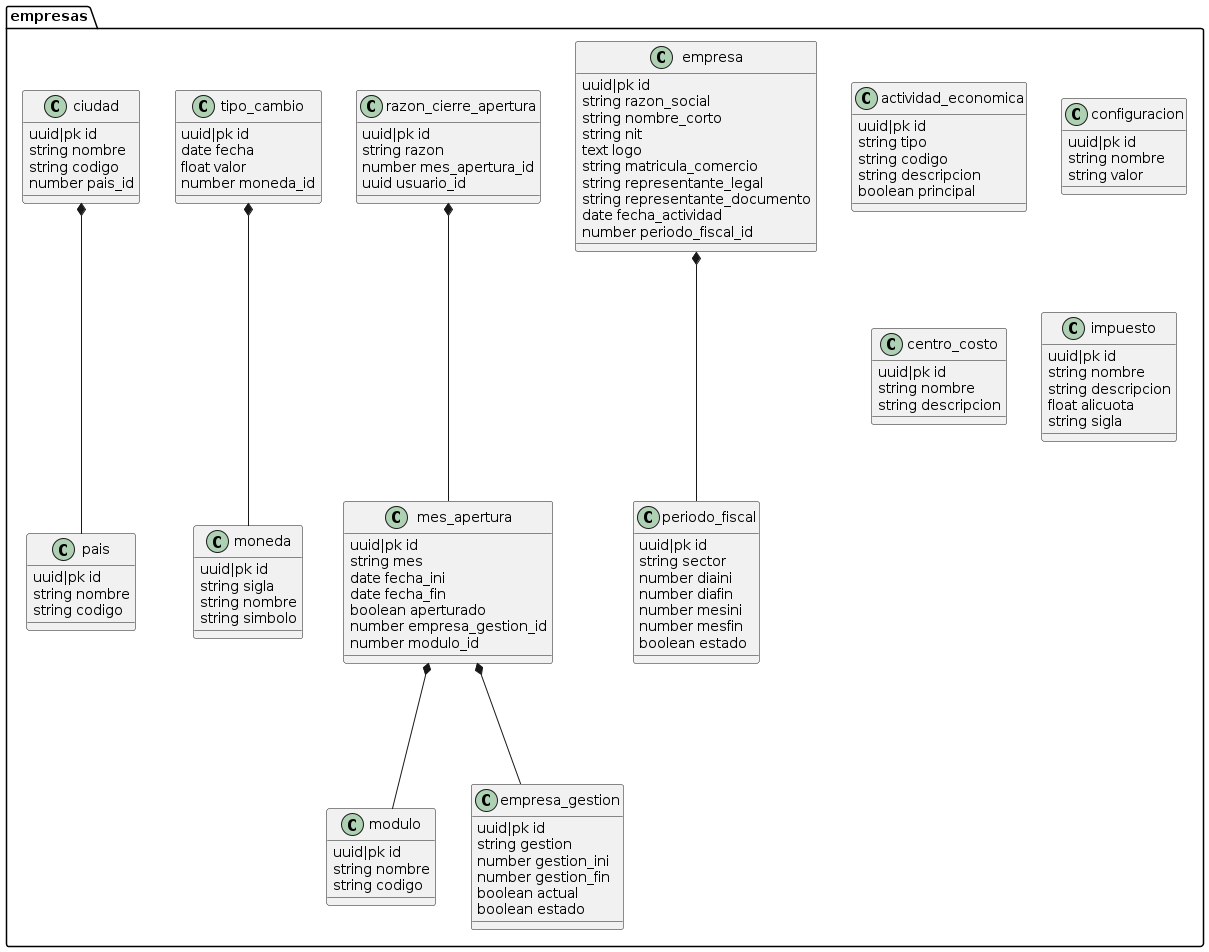
Before: public/diagrams/dbs.png, a diagram exported from PlantUML (jptord/apimaster).
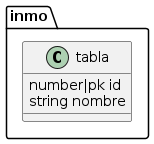
After the change.

The edit, as a diff of the source:
```diff
@@ -1,107 +1,9 @@
 @startuml
-package empresas{
-	class actividad_economica{
-		uuid|pk id
-		string tipo
-		string codigo
-		string descripcion
-		boolean principal
+package inmo{
+	class tabla{
+		number|pk id
+		string nombre
 	}
-	class periodo_fiscal{
-		uuid|pk id
-		string sector
-		number diaini
-		number diafin
-		number mesini
-		number mesfin
-		boolean estado
-	}
-	class empresa{
-		uuid|pk id
-		string razon_social
-		string nombre_corto
-		string nit
-		text logo
-		string matricula_comercio
-		string representante_legal
-		string representante_documento
-		date fecha_actividad
-		number periodo_fiscal_id
-	}
-	class modulo{
-		uuid|pk id
-		string nombre
-		string codigo
-	}
-	class empresa_gestion{
-		uuid|pk id
-		string gestion
-		number gestion_ini
-		number gestion_fin
-		boolean actual
-		boolean estado
-	}
-	class mes_apertura{
-		uuid|pk id
-		string mes
-		date fecha_ini
-		date fecha_fin
-		boolean aperturado
-		number empresa_gestion_id
-		number modulo_id
-	}
-	class razon_cierre_apertura{
-		uuid|pk id
-		string razon
-		number mes_apertura_id
-		uuid usuario_id
-	}
-	class configuracion{
-		uuid|pk id
-		string nombre
-		string valor
-	}
-	class centro_costo{
-		uuid|pk id
-		string nombre
-		string descripcion
-	}
-	class impuesto{
-		uuid|pk id
-		string nombre
-		string descripcion
-		float alicuota
-		string sigla
-	}
-	class moneda{
-		uuid|pk id
-		string sigla
-		string nombre
-		string simbolo
-	}
-	class tipo_cambio{
-		uuid|pk id
-		date fecha
-		float valor
-		number moneda_id
-	}
-	class pais{
-		uuid|pk id
-		string nombre
-		string codigo
-	}
-	class ciudad{
-		uuid|pk id
-		string nombre
-		string codigo
-		number pais_id
-	}
-empresa *--- periodo_fiscal
-mes_apertura *--- empresa_gestion
-mes_apertura *--- modulo
-razon_cierre_apertura *--- mes_apertura
-tipo_cambio *--- moneda
-ciudad *--- pais
 
 }
 
```
